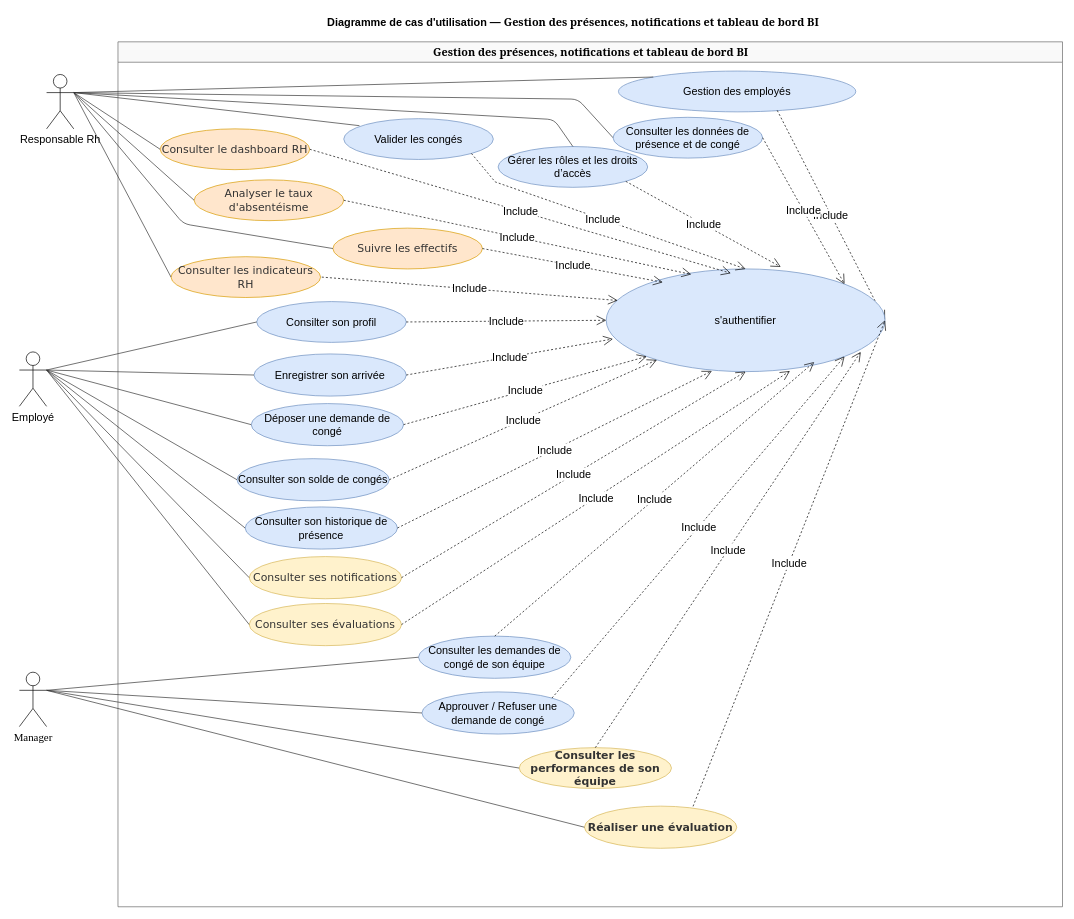
Above: cas d’utilisation s2 .drawio in mediounieya/RH_site (draw.io), before the change. Source tidied: cells renumbered, new cells numbered last; positions are measured from the earlier drawing's top-left corner, leaving out a move shared by most shapes. Both pictures are drawn from the tidied source at 68%, with x=0, y=0 at pixel (19, 12).
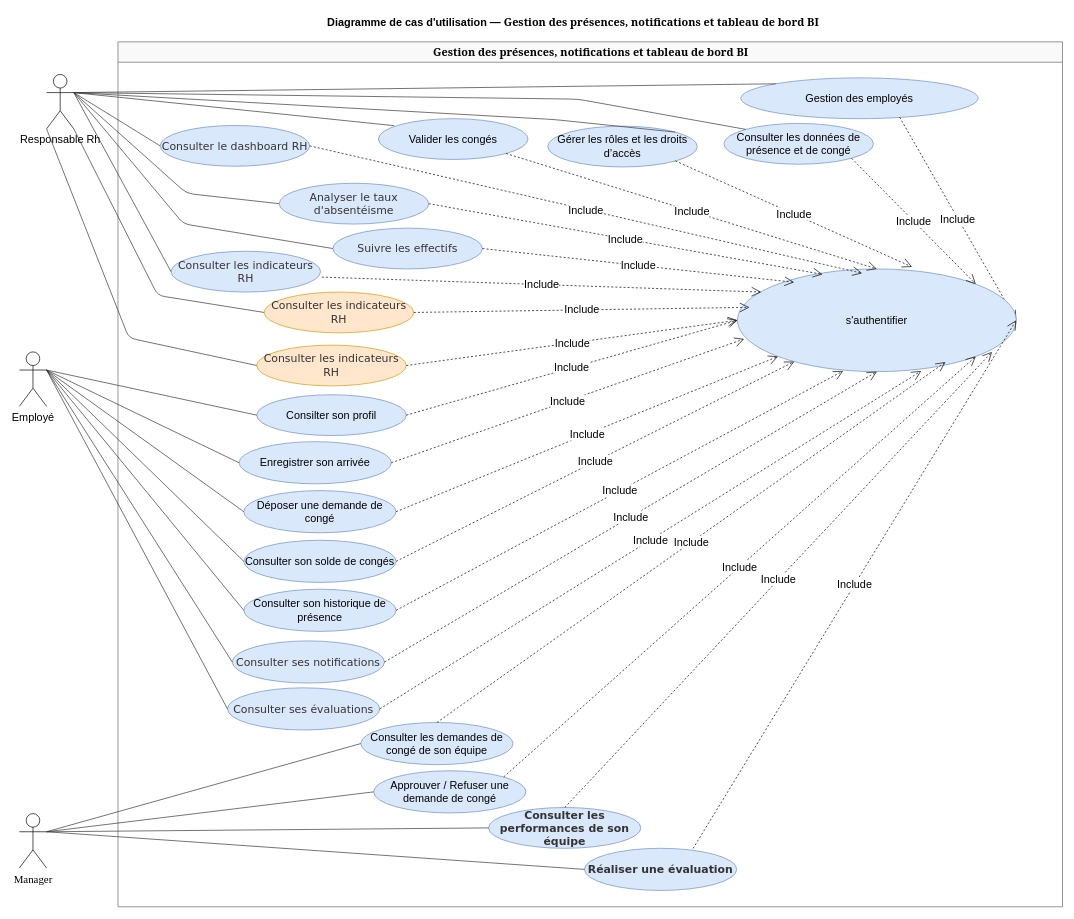
After the change.

Commit message:
Mettre à jour cas d’utilisation s2 .drawio

The change refers to these unchanged cells:
```xml
<mxCell id="3" value="&lt;span lang=&quot;EN-US&quot; style=&quot;font-family: Cambria, &amp;quot;serif&amp;quot;;&quot;&gt;Gestion des présences, notifications et tableau de bord BI&lt;/span&gt;" style="swimlane;startSize=30;html=1;fillColor=#f9f9f9;strokeColor=#666666;fontStyle=1;verticalAlign=middle;align=center;fontSize=16;" parent="1" vertex="1">
  <mxGeometry x="145" y="44" width="1389" height="1272" as="geometry" />
</mxCell>
<mxCell id="43" value="Responsable Rh" style="shape=umlActor;verticalLabelPosition=bottom;verticalAlign=top;html=1;outlineConnect=0;fontSize=16;" parent="1" vertex="1">
  <mxGeometry x="40" y="92" width="40" height="80" as="geometry" />
</mxCell>
```

Change to the diagram source:
```diff
@@
     <mxCell id="4" value="Gestion des employés" style="ellipse;whiteSpace=wrap;html=1;fillColor=#dae8fc;strokeColor=#6c8ebf;fontSize=16;" parent="3" vertex="1">
-      <mxGeometry x="736" y="43" width="349" height="60" as="geometry" />
+      <mxGeometry x="916" y="53" width="349" height="60" as="geometry" />
     </mxCell>
     <mxCell id="5" value="Consilter son profil" style="ellipse;whiteSpace=wrap;html=1;fillColor=#dae8fc;strokeColor=#6c8ebf;fontSize=16;" parent="3" vertex="1">
-      <mxGeometry x="204" y="382" width="220" height="60" as="geometry" />
+      <mxGeometry x="204" y="519" width="220" height="60" as="geometry" />
     </mxCell>
     <mxCell id="6" value="Valider les congés" style="ellipse;whiteSpace=wrap;html=1;fillColor=#dae8fc;strokeColor=#6c8ebf;fontSize=16;" parent="3" vertex="1">
-      <mxGeometry x="332" y="113" width="220" height="60" as="geometry" />
+      <mxGeometry x="383" y="113" width="220" height="60" as="geometry" />
     </mxCell>
     <mxCell id="7" value="Approuver / Refuser une demande de congé" style="ellipse;whiteSpace=wrap;html=1;fillColor=#dae8fc;strokeColor=#6c8ebf;fontSize=16;" parent="3" vertex="1">
-      <mxGeometry x="447" y="956" width="224" height="62" as="geometry" />
+      <mxGeometry x="376" y="1072" width="224" height="62" as="geometry" />
     </mxCell>
     <mxCell id="8" value="Déposer une demande de congé" style="ellipse;whiteSpace=wrap;html=1;fillColor=#dae8fc;strokeColor=#6c8ebf;fontSize=16;" parent="3" vertex="1">
-      <mxGeometry x="196" y="532" width="224" height="62" as="geometry" />
+      <mxGeometry x="185" y="660" width="224" height="62" as="geometry" />
     </mxCell>
     <mxCell id="9" value="Consulter son solde de congés" style="ellipse;whiteSpace=wrap;html=1;fillColor=#dae8fc;strokeColor=#6c8ebf;fontSize=16;" parent="3" vertex="1">
-      <mxGeometry x="175" y="613" width="224" height="62" as="geometry" />
+      <mxGeometry x="185" y="733" width="224" height="62" as="geometry" />
     </mxCell>
     <mxCell id="10" value="Enregistrer son arrivée" style="ellipse;whiteSpace=wrap;html=1;fillColor=#dae8fc;strokeColor=#6c8ebf;fontSize=16;" parent="3" vertex="1">
-      <mxGeometry x="200" y="459" width="224" height="62" as="geometry" />
+      <mxGeometry x="178" y="588" width="224" height="62" as="geometry" />
     </mxCell>
@@
     <mxCell id="12" value="&lt;font&gt;s'authentifier&lt;/font&gt;" style="ellipse;whiteSpace=wrap;html=1;fillColor=#dae8fc;strokeColor=#6c8ebf;fontSize=16;" parent="3" vertex="1">
-      <mxGeometry x="718" y="334" width="410" height="151" as="geometry" />
+      <mxGeometry x="911" y="334" width="410" height="151" as="geometry" />
     </mxCell>
     <mxCell id="13" value="Include" style="endArrow=open;endSize=12;dashed=1;html=1;rounded=0;entryX=0.5;entryY=0;entryDx=0;entryDy=0;exitX=1;exitY=1;exitDx=0;exitDy=0;fontSize=16;" parent="3" edge="1" source="6" target="12">
-      <mxGeometry relative="1" as="geometry">
-        <Array as="points">
-          <mxPoint x="554.7" y="206" />
-        </Array>
-      </mxGeometry>
+      <mxGeometry relative="1" as="geometry" />
     </mxCell>
@@
     <mxCell id="19" value="Consulter son historique de présence" style="ellipse;whiteSpace=wrap;html=1;fillColor=#dae8fc;strokeColor=#6c8ebf;fontSize=16;" parent="3" vertex="1">
-      <mxGeometry x="187" y="684" width="224" height="62" as="geometry" />
+      <mxGeometry x="185" y="805" width="224" height="62" as="geometry" />
     </mxCell>
@@
     <mxCell id="21" value="Consulter les données de présence et de congé" style="ellipse;whiteSpace=wrap;html=1;fillColor=#dae8fc;strokeColor=#6c8ebf;fontSize=16;" parent="3" vertex="1">
-      <mxGeometry x="728" y="111" width="220" height="60" as="geometry" />
+      <mxGeometry x="891" y="120" width="220" height="60" as="geometry" />
     </mxCell>
     <mxCell id="22" value="Consulter les demandes de congé de son équipe" style="ellipse;whiteSpace=wrap;html=1;fillColor=#dae8fc;strokeColor=#6c8ebf;fontSize=16;" parent="3" vertex="1">
-      <mxGeometry x="442" y="874" width="224" height="62" as="geometry" />
+      <mxGeometry x="357" y="1001" width="224" height="62" as="geometry" />
     </mxCell>
     <mxCell id="23" value="Gérer les rôles et les droits d’accès" style="ellipse;whiteSpace=wrap;html=1;fillColor=#dae8fc;strokeColor=#6c8ebf;fontSize=16;" parent="3" vertex="1">
-      <mxGeometry x="559" y="154" width="220" height="60" as="geometry" />
+      <mxGeometry x="632" y="124" width="220" height="60" as="geometry" />
     </mxCell>
@@
-    <mxCell id="25" value="Include" style="endArrow=open;endSize=12;dashed=1;html=1;rounded=0;entryX=1;entryY=0;entryDx=0;entryDy=0;exitX=1;exitY=0.5;exitDx=0;exitDy=0;fontSize=16;" parent="3" edge="1" source="21" target="12">
+    <mxCell id="25" value="Include" style="endArrow=open;endSize=12;dashed=1;html=1;rounded=0;entryX=1;entryY=0;entryDx=0;entryDy=0;exitX=1;exitY=1;exitDx=0;exitDy=0;fontSize=16;" parent="3" edge="1" source="21" target="12">
       <mxGeometry relative="1" as="geometry" />
     </mxCell>
@@
-    <mxCell id="27" value="&lt;span style=&quot;color: rgb(51, 51, 51); font-family: &amp;quot;Trebuchet MS&amp;quot;, Verdana, Arial, sans-serif;&quot;&gt;&lt;font&gt;Consulter les performances de son équipe&lt;/font&gt;&lt;/span&gt;" style="ellipse;whiteSpace=wrap;html=1;fillColor=#fff2cc;strokeColor=#d6b656;fontStyle=1;fontSize=16;" parent="3" vertex="1">
-      <mxGeometry x="590" y="1038" width="224" height="60" as="geometry" />
+    <mxCell id="27" value="&lt;span style=&quot;color: rgb(51, 51, 51); font-family: &amp;quot;Trebuchet MS&amp;quot;, Verdana, Arial, sans-serif;&quot;&gt;&lt;font&gt;Consulter les performances de son équipe&lt;/font&gt;&lt;/span&gt;" style="ellipse;whiteSpace=wrap;html=1;fillColor=#dae8fc;strokeColor=#6c8ebf;fontStyle=1;fontSize=16;" parent="3" vertex="1">
+      <mxGeometry x="545" y="1126" width="224" height="60" as="geometry" />
     </mxCell>
-    <mxCell id="28" value="&lt;span style=&quot;color: rgb(51, 51, 51); font-family: &amp;quot;Trebuchet MS&amp;quot;, Verdana, Arial, sans-serif;&quot;&gt;Réaliser une évaluation&lt;/span&gt;" style="ellipse;whiteSpace=wrap;html=1;fillColor=#fff2cc;strokeColor=#d6b656;fontStyle=1;fontSize=16;" parent="3" vertex="1">
-      <mxGeometry x="686" y="1124" width="224" height="62" as="geometry" />
+    <mxCell id="28" value="&lt;span style=&quot;color: rgb(51, 51, 51); font-family: &amp;quot;Trebuchet MS&amp;quot;, Verdana, Arial, sans-serif;&quot;&gt;Réaliser une évaluation&lt;/span&gt;" style="ellipse;whiteSpace=wrap;html=1;fillColor=#dae8fc;strokeColor=#6c8ebf;fontStyle=1;fontSize=16;" parent="3" vertex="1">
+      <mxGeometry x="686" y="1186" width="224" height="62" as="geometry" />
     </mxCell>
-    <mxCell id="29" value="&lt;span style=&quot;color: rgb(51, 51, 51); font-family: &amp;quot;Trebuchet MS&amp;quot;, Verdana, Arial, sans-serif;&quot;&gt;Consulter ses évaluations&lt;/span&gt;" style="ellipse;whiteSpace=wrap;html=1;fillColor=#fff2cc;strokeColor=#d6b656;fontSize=16;" parent="3" vertex="1">
-      <mxGeometry x="193" y="826" width="224" height="62" as="geometry" />
+    <mxCell id="29" value="&lt;span style=&quot;color: rgb(51, 51, 51); font-family: &amp;quot;Trebuchet MS&amp;quot;, Verdana, Arial, sans-serif;&quot;&gt;Consulter ses évaluations&lt;/span&gt;" style="ellipse;whiteSpace=wrap;html=1;fillColor=#dae8fc;strokeColor=#6c8ebf;fontSize=16;" parent="3" vertex="1">
+      <mxGeometry x="161" y="950" width="224" height="62" as="geometry" />
     </mxCell>
-    <mxCell id="30" value="&lt;span style=&quot;color: rgb(51, 51, 51); font-family: &amp;quot;Trebuchet MS&amp;quot;, Verdana, Arial, sans-serif;&quot;&gt;Consulter ses notifications&lt;/span&gt;" style="ellipse;whiteSpace=wrap;html=1;fillColor=#fff2cc;strokeColor=#d6b656;fontSize=16;" parent="3" vertex="1">
-      <mxGeometry x="193" y="757" width="224" height="62" as="geometry" />
+    <mxCell id="30" value="&lt;span style=&quot;color: rgb(51, 51, 51); font-family: &amp;quot;Trebuchet MS&amp;quot;, Verdana, Arial, sans-serif;&quot;&gt;Consulter ses notifications&lt;/span&gt;" style="ellipse;whiteSpace=wrap;html=1;fillColor=#dae8fc;strokeColor=#6c8ebf;fontSize=16;" parent="3" vertex="1">
+      <mxGeometry x="168" y="881" width="224" height="62" as="geometry" />
     </mxCell>
@@
-    <mxCell id="33" value="&lt;span style=&quot;color: rgb(51, 51, 51); font-family: &amp;quot;Trebuchet MS&amp;quot;, Verdana, Arial, sans-serif;&quot;&gt;Consulter le dashboard RH&lt;/span&gt;" style="ellipse;whiteSpace=wrap;html=1;fillColor=#ffe6cc;strokeColor=#d79b00;fontSize=16;" parent="3" vertex="1">
-      <mxGeometry x="62" y="128" width="220" height="60" as="geometry" />
+    <mxCell id="33" value="&lt;span style=&quot;color: rgb(51, 51, 51); font-family: &amp;quot;Trebuchet MS&amp;quot;, Verdana, Arial, sans-serif;&quot;&gt;Consulter le dashboard RH&lt;/span&gt;" style="ellipse;whiteSpace=wrap;html=1;fillColor=#dae8fc;strokeColor=#6c8ebf;fontSize=16;" parent="3" vertex="1">
+      <mxGeometry x="62" y="123" width="220" height="60" as="geometry" />
     </mxCell>
-    <mxCell id="34" value="&lt;span style=&quot;color: rgb(51, 51, 51); font-family: &amp;quot;Trebuchet MS&amp;quot;, Verdana, Arial, sans-serif;&quot;&gt;Analyser le taux d'absentéisme&lt;/span&gt;" style="ellipse;whiteSpace=wrap;html=1;fillColor=#ffe6cc;strokeColor=#d79b00;fontSize=16;" parent="3" vertex="1">
-      <mxGeometry x="112" y="203" width="220" height="60" as="geometry" />
+    <mxCell id="34" value="&lt;span style=&quot;color: rgb(51, 51, 51); font-family: &amp;quot;Trebuchet MS&amp;quot;, Verdana, Arial, sans-serif;&quot;&gt;Analyser le taux d'absentéisme&lt;/span&gt;" style="ellipse;whiteSpace=wrap;html=1;fillColor=#dae8fc;strokeColor=#6c8ebf;fontSize=16;" parent="3" vertex="1">
+      <mxGeometry x="237" y="208" width="220" height="60" as="geometry" />
     </mxCell>
-    <mxCell id="35" value="&lt;span style=&quot;color: rgb(51, 51, 51); font-family: &amp;quot;Trebuchet MS&amp;quot;, Verdana, Arial, sans-serif;&quot;&gt;Consulter les indicateurs RH&lt;/span&gt;" style="ellipse;whiteSpace=wrap;html=1;fillColor=#ffe6cc;strokeColor=#d79b00;fontSize=16;" parent="3" vertex="1">
-      <mxGeometry x="78" y="316" width="220" height="60" as="geometry" />
+    <mxCell id="35" value="&lt;span style=&quot;color: rgb(51, 51, 51); font-family: &amp;quot;Trebuchet MS&amp;quot;, Verdana, Arial, sans-serif;&quot;&gt;Consulter les indicateurs RH&lt;/span&gt;" style="ellipse;whiteSpace=wrap;html=1;fillColor=#dae8fc;strokeColor=#6c8ebf;fontSize=16;" parent="3" vertex="1">
+      <mxGeometry x="78" y="308" width="220" height="60" as="geometry" />
     </mxCell>
-    <mxCell id="36" value="&lt;span style=&quot;color: rgb(51, 51, 51); font-family: &amp;quot;Trebuchet MS&amp;quot;, Verdana, Arial, sans-serif;&quot;&gt;Suivre les effectifs&lt;/span&gt;" style="ellipse;whiteSpace=wrap;html=1;fillColor=#ffe6cc;strokeColor=#d79b00;fontSize=16;" parent="3" vertex="1">
+    <mxCell id="36" value="&lt;span style=&quot;color: rgb(51, 51, 51); font-family: &amp;quot;Trebuchet MS&amp;quot;, Verdana, Arial, sans-serif;&quot;&gt;Suivre les effectifs&lt;/span&gt;" style="ellipse;whiteSpace=wrap;html=1;fillColor=#dae8fc;strokeColor=#6c8ebf;fontSize=16;" parent="3" vertex="1">
       <mxGeometry x="316" y="274" width="220" height="60" as="geometry" />
     </mxCell>
@@
-    <mxCell id="40" value="Include" style="endArrow=open;endSize=12;dashed=1;html=1;rounded=0;entryX=0.041;entryY=0.307;entryDx=0;entryDy=0;entryPerimeter=0;fontSize=16;" parent="3" edge="1" target="12">
+    <mxCell id="40" value="Include" style="endArrow=open;endSize=12;dashed=1;html=1;rounded=0;fontSize=16;entryX=0.085;entryY=0.225;entryDx=0;entryDy=0;entryPerimeter=0;" parent="3" edge="1" target="12">
       <mxGeometry relative="1" as="geometry">
         <mxPoint x="299.7" y="346" as="sourcePoint" />
       </mxGeometry>
     </mxCell>
@@
+    <mxCell id="65" value="&lt;span style=&quot;color: rgb(51, 51, 51); font-family: &amp;quot;Trebuchet MS&amp;quot;, Verdana, Arial, sans-serif;&quot;&gt;Consulter les indicateurs RH&lt;/span&gt;" style="ellipse;whiteSpace=wrap;html=1;fillColor=#ffe6cc;strokeColor=#d79b00;fontSize=16;" parent="3" vertex="1">
+      <mxGeometry x="204" y="446" width="220" height="60" as="geometry" />
+    </mxCell>
+    <mxCell id="66" value="&lt;span style=&quot;color: rgb(51, 51, 51); font-family: &amp;quot;Trebuchet MS&amp;quot;, Verdana, Arial, sans-serif;&quot;&gt;Consulter les indicateurs RH&lt;/span&gt;" style="ellipse;whiteSpace=wrap;html=1;fillColor=#ffe6cc;strokeColor=#d79b00;fontSize=16;" parent="3" vertex="1">
+      <mxGeometry x="215" y="368" width="220" height="60" as="geometry" />
+    </mxCell>
+    <mxCell id="67" value="Include" style="endArrow=open;endSize=12;dashed=1;html=1;rounded=0;fontSize=16;exitX=1;exitY=0.5;exitDx=0;exitDy=0;entryX=0.043;entryY=0.374;entryDx=0;entryDy=0;entryPerimeter=0;" parent="3" edge="1" source="66" target="12">
+      <mxGeometry relative="1" as="geometry" />
+    </mxCell>
+    <mxCell id="68" value="Include" style="endArrow=open;endSize=12;dashed=1;html=1;rounded=0;fontSize=16;exitX=1;exitY=0.5;exitDx=0;exitDy=0;entryX=0;entryY=0.5;entryDx=0;entryDy=0;" parent="3" edge="1" source="65" target="12">
+      <mxGeometry relative="1" as="geometry" />
+    </mxCell>
@@
     <mxCell id="46" value="&lt;span lang=&quot;EN-US&quot; style=&quot;font-family: &amp;quot;Times New Roman&amp;quot;, &amp;quot;serif&amp;quot;;&quot;&gt;Manager&lt;/span&gt;" style="shape=umlActor;verticalLabelPosition=bottom;verticalAlign=top;html=1;outlineConnect=0;fontSize=16;" parent="1" vertex="1">
-      <mxGeometry y="971" width="40" height="80" as="geometry" />
+      <mxGeometry y="1179" width="40" height="80" as="geometry" />
     </mxCell>
@@
-    <mxCell id="55" style="html=1;endArrow=none;strokeColor=#333333;exitX=1;exitY=0.3333333333333333;exitDx=0;exitDy=0;exitPerimeter=0;entryX=0;entryY=0.5;entryDx=0;entryDy=0;fontSize=16;" parent="1" edge="1" source="43" target="21">
+    <mxCell id="55" style="html=1;endArrow=none;strokeColor=#333333;exitX=1;exitY=0.3333333333333333;exitDx=0;exitDy=0;exitPerimeter=0;entryX=0;entryY=0;entryDx=0;entryDy=0;fontSize=16;" parent="1" edge="1" source="43" target="21">
       <mxGeometry relative="1" as="geometry">
         <Array as="points">
           <mxPoint x="821.3" y="128.3" />
         </Array>
       </mxGeometry>
     </mxCell>
-    <mxCell id="56" style="html=1;endArrow=none;strokeColor=#333333;entryX=0.5;entryY=0;entryDx=0;entryDy=0;exitX=1;exitY=0.3333333333333333;exitDx=0;exitDy=0;exitPerimeter=0;fontSize=16;" parent="1" edge="1" source="43" target="23">
+    <mxCell id="56" style="html=1;endArrow=none;strokeColor=#333333;entryX=1;entryY=0;entryDx=0;entryDy=0;exitX=1;exitY=0.3333333333333333;exitDx=0;exitDy=0;exitPerimeter=0;fontSize=16;" parent="1" edge="1" source="43" target="23">
       <mxGeometry relative="1" as="geometry">
         <Array as="points">
           <mxPoint x="786.3" y="158.3" />
         </Array>
       </mxGeometry>
     </mxCell>
@@
     <mxCell id="62" style="html=1;endArrow=none;strokeColor=#333333;entryX=0;entryY=0.5;entryDx=0;entryDy=0;exitX=1;exitY=0.3333333333333333;exitDx=0;exitDy=0;exitPerimeter=0;fontSize=16;" parent="1" edge="1" source="43" target="34">
-      <mxGeometry relative="1" as="geometry" />
+      <mxGeometry relative="1" as="geometry">
+        <Array as="points">
+          <mxPoint x="246" y="267" />
+        </Array>
+      </mxGeometry>
     </mxCell>
@@
+    <mxCell id="69" style="html=1;endArrow=none;strokeColor=#333333;entryX=0;entryY=0.5;entryDx=0;entryDy=0;exitX=1;exitY=1;exitDx=0;exitDy=0;exitPerimeter=0;fontSize=16;" parent="1" edge="1" source="43" target="66">
+      <mxGeometry relative="1" as="geometry">
+        <Array as="points">
+          <mxPoint x="203.5" y="417" />
+        </Array>
+      </mxGeometry>
+    </mxCell>
+    <mxCell id="70" style="html=1;endArrow=none;strokeColor=#333333;entryX=0;entryY=0.5;entryDx=0;entryDy=0;exitX=0;exitY=1;exitDx=0;exitDy=0;exitPerimeter=0;fontSize=16;" parent="1" edge="1" source="43" target="65">
+      <mxGeometry relative="1" as="geometry">
+        <Array as="points">
+          <mxPoint x="161" y="479.5" />
+        </Array>
+      </mxGeometry>
+    </mxCell>
```
